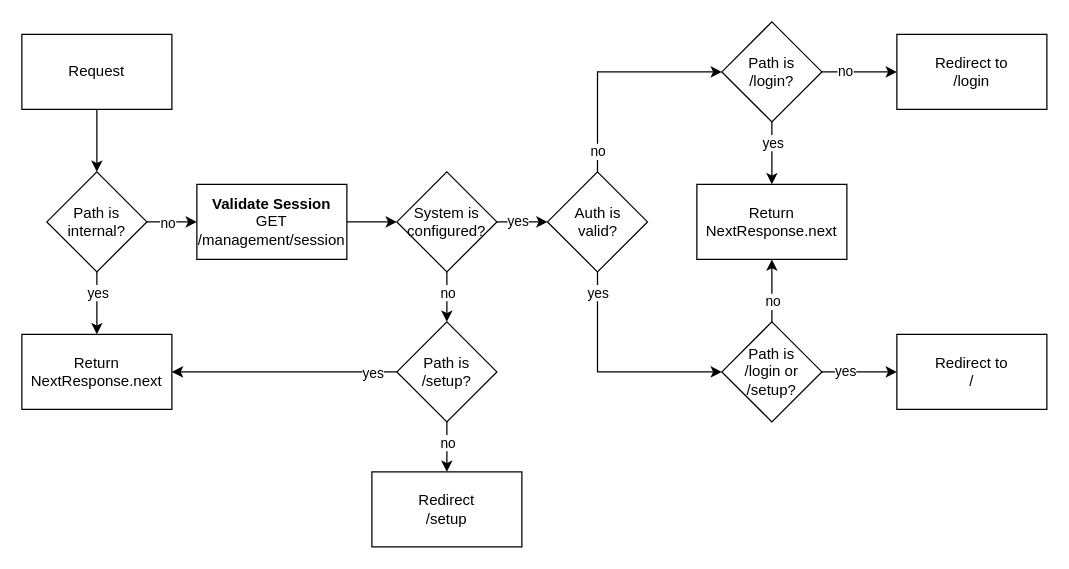
Before: docs/middleware-flowchart.drawio in kieranhw/OpenSesame-Access-Control, a draw.io diagram. Source tidied: cells renumbered, new cells numbered last; positions are measured from the earlier drawing's top-left corner, leaving out a move shared by most shapes. Both pictures are drawn from the tidied source at 125%, with x=0, y=0 at pixel (21, 21).
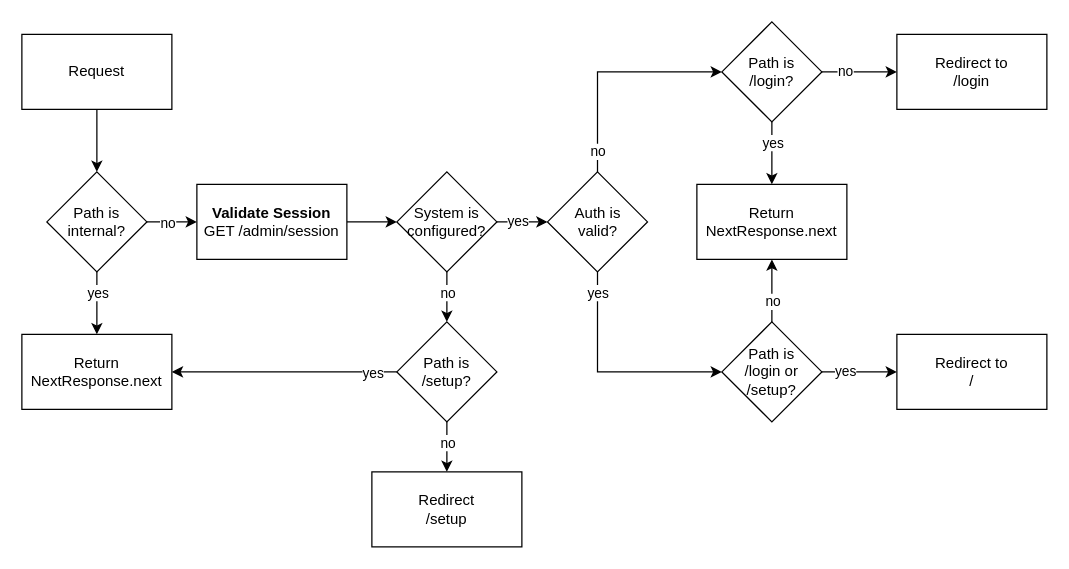
The same diagram, later.

Commit message (it also covers changes not shown here):
Migrate naming for protected endpoints from management -> admin

Change to the diagram source:
```diff
@@
-    <mxCell id="10" value="&lt;b&gt;Validate Session&lt;/b&gt;&lt;div&gt;GET /management/session&lt;/div&gt;" style="rounded=0;whiteSpace=wrap;html=1;" parent="1" vertex="1">
+    <mxCell id="10" value="&lt;b&gt;Validate Session&lt;/b&gt;&lt;div&gt;GET /admin/session&lt;/div&gt;" style="rounded=0;whiteSpace=wrap;html=1;" parent="1" vertex="1">
       <mxGeometry x="140" y="130" width="120" height="60" as="geometry" />
     </mxCell>
```
